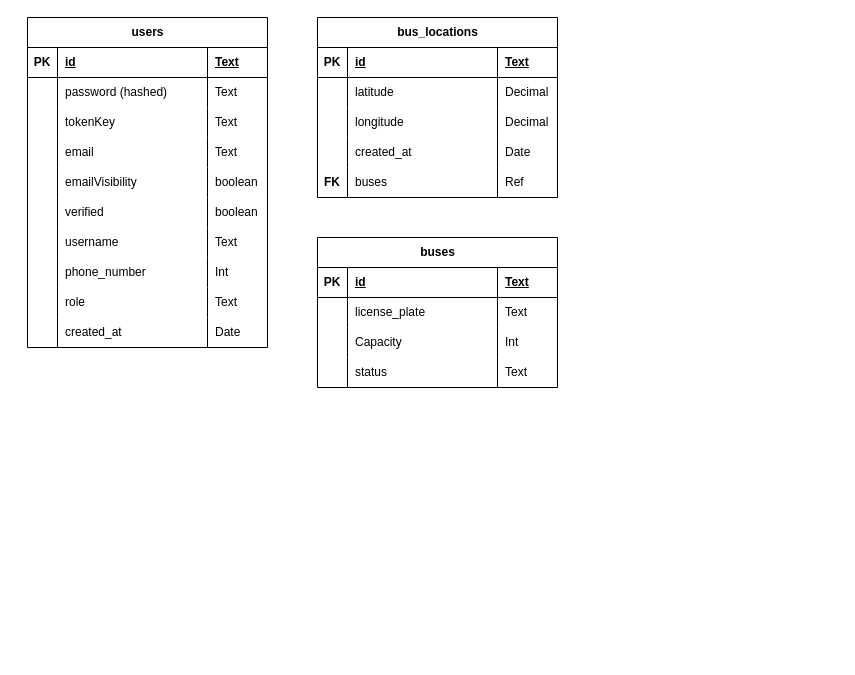
Before: ERD-Bus-System-Improvement.drawio in lukas0173/Draw.io, a draw.io diagram. Source tidied: cells renumbered, new cells numbered last; positions are measured from the earlier drawing's top-left corner, leaving out a move shared by most shapes. Both pictures are drawn from the tidied source at 100%, with x=0, y=0 at pixel (27, 17).
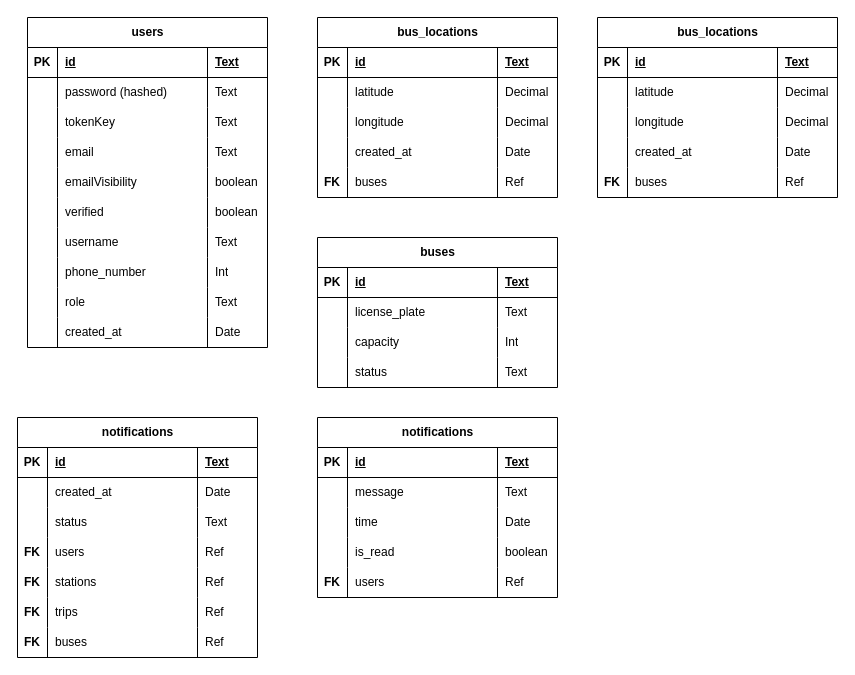
The same page after the edit.

Unchanged cells that the change refers to:
```xml
<mxCell id="73" style="shape=tableRow;horizontal=0;startSize=0;swimlaneHead=0;swimlaneBody=0;fillColor=none;top=0;left=0;right=0;bottom=0;" parent="64" vertex="1">
  <mxGeometry y="90" width="240" height="30" as="geometry" />
</mxCell>
```

What changed in the source:
```diff
@@
-    <mxCell id="75" value="Capacity" style="shape=partialRectangle;fillColor=none;top=0;left=0;bottom=0;right=0;align=left;spacingLeft=6;overflow=hidden;whiteSpace=wrap;html=1;" parent="73" vertex="1">
+    <mxCell id="75" value="capacity" style="shape=partialRectangle;fillColor=none;top=0;left=0;bottom=0;right=0;align=left;spacingLeft=6;overflow=hidden;whiteSpace=wrap;html=1;" parent="73" vertex="1">
       <mxGeometry x="30" width="150" height="30" as="geometry" />
     </mxCell>
@@
+    <mxCell id="81" value="notifications" style="shape=table;startSize=30;childLayout=tableLayout;rowLines=0;fontStyle=1;align=center;html=1;" parent="1" vertex="1">
+      <mxGeometry x="290" y="400" width="240" height="180" as="geometry" />
+    </mxCell>
+    <mxCell id="82" style="shape=tableRow;horizontal=0;startSize=0;swimlaneHead=0;swimlaneBody=0;fillColor=none;top=0;left=0;right=0;bottom=1;" parent="81" vertex="1">
+      <mxGeometry y="30" width="240" height="30" as="geometry" />
+    </mxCell>
+    <mxCell id="83" value="PK" style="shape=partialRectangle;fillColor=none;top=0;left=0;bottom=0;right=0;fontStyle=1;overflow=hidden;whiteSpace=wrap;html=1;" parent="82" vertex="1">
+      <mxGeometry width="30" height="30" as="geometry" />
+    </mxCell>
+    <mxCell id="84" value="id" style="shape=partialRectangle;fillColor=none;top=0;left=0;bottom=0;right=0;align=left;spacingLeft=6;fontStyle=5;overflow=hidden;whiteSpace=wrap;html=1;" parent="82" vertex="1">
+      <mxGeometry x="30" width="150" height="30" as="geometry" />
+    </mxCell>
+    <mxCell id="85" value="Text" style="shape=partialRectangle;fillColor=none;top=0;left=0;bottom=0;right=0;align=left;spacingLeft=6;fontStyle=5;overflow=hidden;whiteSpace=wrap;html=1;" parent="82" vertex="1">
+      <mxGeometry x="180" width="60" height="30" as="geometry" />
+    </mxCell>
+    <mxCell id="86" style="shape=tableRow;horizontal=0;startSize=0;swimlaneHead=0;swimlaneBody=0;fillColor=none;top=0;left=0;right=0;bottom=0;" parent="81" vertex="1">
+      <mxGeometry y="60" width="240" height="30" as="geometry" />
+    </mxCell>
+    <mxCell id="87" style="shape=partialRectangle;fillColor=none;top=0;left=0;bottom=0;right=0;overflow=hidden;whiteSpace=wrap;html=1;" parent="86" vertex="1">
+      <mxGeometry width="30" height="30" as="geometry" />
+    </mxCell>
+    <mxCell id="88" value="message" style="shape=partialRectangle;fillColor=none;top=0;left=0;bottom=0;right=0;align=left;spacingLeft=6;overflow=hidden;whiteSpace=wrap;html=1;" parent="86" vertex="1">
+      <mxGeometry x="30" width="150" height="30" as="geometry" />
+    </mxCell>
+    <mxCell id="89" value="Text" style="shape=partialRectangle;fillColor=none;top=0;left=0;bottom=0;right=0;align=left;spacingLeft=6;overflow=hidden;whiteSpace=wrap;html=1;" parent="86" vertex="1">
+      <mxGeometry x="180" width="60" height="30" as="geometry" />
+    </mxCell>
+    <mxCell id="90" style="shape=tableRow;horizontal=0;startSize=0;swimlaneHead=0;swimlaneBody=0;fillColor=none;top=0;left=0;right=0;bottom=0;" parent="81" vertex="1">
+      <mxGeometry y="90" width="240" height="30" as="geometry" />
+    </mxCell>
+    <mxCell id="91" style="shape=partialRectangle;fillColor=none;top=0;left=0;bottom=0;right=0;overflow=hidden;whiteSpace=wrap;html=1;" parent="90" vertex="1">
+      <mxGeometry width="30" height="30" as="geometry" />
+    </mxCell>
+    <mxCell id="92" value="time" style="shape=partialRectangle;fillColor=none;top=0;left=0;bottom=0;right=0;align=left;spacingLeft=6;overflow=hidden;whiteSpace=wrap;html=1;" parent="90" vertex="1">
+      <mxGeometry x="30" width="150" height="30" as="geometry" />
+    </mxCell>
+    <mxCell id="93" value="Date" style="shape=partialRectangle;fillColor=none;top=0;left=0;bottom=0;right=0;align=left;spacingLeft=6;overflow=hidden;whiteSpace=wrap;html=1;" parent="90" vertex="1">
+      <mxGeometry x="180" width="60" height="30" as="geometry" />
+    </mxCell>
+    <mxCell id="94" style="shape=tableRow;horizontal=0;startSize=0;swimlaneHead=0;swimlaneBody=0;fillColor=none;top=0;left=0;right=0;bottom=0;" parent="81" vertex="1">
+      <mxGeometry y="120" width="240" height="30" as="geometry" />
+    </mxCell>
+    <mxCell id="95" style="shape=partialRectangle;fillColor=none;top=0;left=0;bottom=0;right=0;overflow=hidden;whiteSpace=wrap;html=1;" parent="94" vertex="1">
+      <mxGeometry width="30" height="30" as="geometry" />
+    </mxCell>
+    <mxCell id="96" value="is_read" style="shape=partialRectangle;fillColor=none;top=0;left=0;bottom=0;right=0;align=left;spacingLeft=6;overflow=hidden;whiteSpace=wrap;html=1;" parent="94" vertex="1">
+      <mxGeometry x="30" width="150" height="30" as="geometry" />
+    </mxCell>
+    <mxCell id="97" value="boolean" style="shape=partialRectangle;fillColor=none;top=0;left=0;bottom=0;right=0;align=left;spacingLeft=6;overflow=hidden;whiteSpace=wrap;html=1;" parent="94" vertex="1">
+      <mxGeometry x="180" width="60" height="30" as="geometry" />
+    </mxCell>
+    <mxCell id="98" style="shape=tableRow;horizontal=0;startSize=0;swimlaneHead=0;swimlaneBody=0;fillColor=none;top=0;left=0;right=0;bottom=0;" parent="81" vertex="1">
+      <mxGeometry y="150" width="240" height="30" as="geometry" />
+    </mxCell>
+    <mxCell id="99" value="&lt;b&gt;FK&lt;/b&gt;" style="shape=partialRectangle;fillColor=none;top=0;left=0;bottom=0;right=0;overflow=hidden;whiteSpace=wrap;html=1;" parent="98" vertex="1">
+      <mxGeometry width="30" height="30" as="geometry" />
+    </mxCell>
+    <mxCell id="100" value="users" style="shape=partialRectangle;fillColor=none;top=0;left=0;bottom=0;right=0;align=left;spacingLeft=6;overflow=hidden;whiteSpace=wrap;html=1;" parent="98" vertex="1">
+      <mxGeometry x="30" width="150" height="30" as="geometry" />
+    </mxCell>
+    <mxCell id="101" value="Ref" style="shape=partialRectangle;fillColor=none;top=0;left=0;bottom=0;right=0;align=left;spacingLeft=6;overflow=hidden;whiteSpace=wrap;html=1;" parent="98" vertex="1">
+      <mxGeometry x="180" width="60" height="30" as="geometry" />
+    </mxCell>
+    <mxCell id="102" value="notifications" style="shape=table;startSize=30;childLayout=tableLayout;rowLines=0;fontStyle=1;align=center;html=1;" parent="1" vertex="1">
+      <mxGeometry x="-10" y="400" width="240" height="240" as="geometry" />
+    </mxCell>
+    <mxCell id="103" style="shape=tableRow;horizontal=0;startSize=0;swimlaneHead=0;swimlaneBody=0;fillColor=none;top=0;left=0;right=0;bottom=1;" parent="102" vertex="1">
+      <mxGeometry y="30" width="240" height="30" as="geometry" />
+    </mxCell>
+    <mxCell id="104" value="PK" style="shape=partialRectangle;fillColor=none;top=0;left=0;bottom=0;right=0;fontStyle=1;overflow=hidden;whiteSpace=wrap;html=1;" parent="103" vertex="1">
+      <mxGeometry width="30" height="30" as="geometry" />
+    </mxCell>
+    <mxCell id="105" value="id" style="shape=partialRectangle;fillColor=none;top=0;left=0;bottom=0;right=0;align=left;spacingLeft=6;fontStyle=5;overflow=hidden;whiteSpace=wrap;html=1;" parent="103" vertex="1">
+      <mxGeometry x="30" width="150" height="30" as="geometry" />
+    </mxCell>
+    <mxCell id="106" value="Text" style="shape=partialRectangle;fillColor=none;top=0;left=0;bottom=0;right=0;align=left;spacingLeft=6;fontStyle=5;overflow=hidden;whiteSpace=wrap;html=1;" parent="103" vertex="1">
+      <mxGeometry x="180" width="60" height="30" as="geometry" />
+    </mxCell>
+    <mxCell id="107" style="shape=tableRow;horizontal=0;startSize=0;swimlaneHead=0;swimlaneBody=0;fillColor=none;top=0;left=0;right=0;bottom=0;" parent="102" vertex="1">
+      <mxGeometry y="60" width="240" height="30" as="geometry" />
+    </mxCell>
+    <mxCell id="108" style="shape=partialRectangle;fillColor=none;top=0;left=0;bottom=0;right=0;overflow=hidden;whiteSpace=wrap;html=1;" parent="107" vertex="1">
+      <mxGeometry width="30" height="30" as="geometry" />
+    </mxCell>
+    <mxCell id="109" value="created_at" style="shape=partialRectangle;fillColor=none;top=0;left=0;bottom=0;right=0;align=left;spacingLeft=6;overflow=hidden;whiteSpace=wrap;html=1;" parent="107" vertex="1">
+      <mxGeometry x="30" width="150" height="30" as="geometry" />
+    </mxCell>
+    <mxCell id="110" value="Date" style="shape=partialRectangle;fillColor=none;top=0;left=0;bottom=0;right=0;align=left;spacingLeft=6;overflow=hidden;whiteSpace=wrap;html=1;" parent="107" vertex="1">
+      <mxGeometry x="180" width="60" height="30" as="geometry" />
+    </mxCell>
+    <mxCell id="111" style="shape=tableRow;horizontal=0;startSize=0;swimlaneHead=0;swimlaneBody=0;fillColor=none;top=0;left=0;right=0;bottom=0;" parent="102" vertex="1">
+      <mxGeometry y="90" width="240" height="30" as="geometry" />
+    </mxCell>
+    <mxCell id="112" style="shape=partialRectangle;fillColor=none;top=0;left=0;bottom=0;right=0;overflow=hidden;whiteSpace=wrap;html=1;" parent="111" vertex="1">
+      <mxGeometry width="30" height="30" as="geometry" />
+    </mxCell>
+    <mxCell id="113" value="status" style="shape=partialRectangle;fillColor=none;top=0;left=0;bottom=0;right=0;align=left;spacingLeft=6;overflow=hidden;whiteSpace=wrap;html=1;" parent="111" vertex="1">
+      <mxGeometry x="30" width="150" height="30" as="geometry" />
+    </mxCell>
+    <mxCell id="114" value="Text" style="shape=partialRectangle;fillColor=none;top=0;left=0;bottom=0;right=0;align=left;spacingLeft=6;overflow=hidden;whiteSpace=wrap;html=1;" parent="111" vertex="1">
+      <mxGeometry x="180" width="60" height="30" as="geometry" />
+    </mxCell>
+    <mxCell id="115" style="shape=tableRow;horizontal=0;startSize=0;swimlaneHead=0;swimlaneBody=0;fillColor=none;top=0;left=0;right=0;bottom=0;" parent="102" vertex="1">
+      <mxGeometry y="120" width="240" height="30" as="geometry" />
+    </mxCell>
+    <mxCell id="116" value="&lt;b&gt;FK&lt;/b&gt;" style="shape=partialRectangle;fillColor=none;top=0;left=0;bottom=0;right=0;overflow=hidden;whiteSpace=wrap;html=1;" parent="115" vertex="1">
+      <mxGeometry width="30" height="30" as="geometry" />
+    </mxCell>
+    <mxCell id="117" value="users" style="shape=partialRectangle;fillColor=none;top=0;left=0;bottom=0;right=0;align=left;spacingLeft=6;overflow=hidden;whiteSpace=wrap;html=1;" parent="115" vertex="1">
+      <mxGeometry x="30" width="150" height="30" as="geometry" />
+    </mxCell>
+    <mxCell id="118" value="Ref" style="shape=partialRectangle;fillColor=none;top=0;left=0;bottom=0;right=0;align=left;spacingLeft=6;overflow=hidden;whiteSpace=wrap;html=1;" parent="115" vertex="1">
+      <mxGeometry x="180" width="60" height="30" as="geometry" />
+    </mxCell>
+    <mxCell id="119" style="shape=tableRow;horizontal=0;startSize=0;swimlaneHead=0;swimlaneBody=0;fillColor=none;top=0;left=0;right=0;bottom=0;" parent="102" vertex="1">
+      <mxGeometry y="150" width="240" height="30" as="geometry" />
+    </mxCell>
+    <mxCell id="120" value="&lt;b&gt;FK&lt;/b&gt;" style="shape=partialRectangle;fillColor=none;top=0;left=0;bottom=0;right=0;overflow=hidden;whiteSpace=wrap;html=1;" parent="119" vertex="1">
+      <mxGeometry width="30" height="30" as="geometry" />
+    </mxCell>
+    <mxCell id="121" value="stations" style="shape=partialRectangle;fillColor=none;top=0;left=0;bottom=0;right=0;align=left;spacingLeft=6;overflow=hidden;whiteSpace=wrap;html=1;" parent="119" vertex="1">
+      <mxGeometry x="30" width="150" height="30" as="geometry" />
+    </mxCell>
+    <mxCell id="122" value="Ref" style="shape=partialRectangle;fillColor=none;top=0;left=0;bottom=0;right=0;align=left;spacingLeft=6;overflow=hidden;whiteSpace=wrap;html=1;" parent="119" vertex="1">
+      <mxGeometry x="180" width="60" height="30" as="geometry" />
+    </mxCell>
+    <mxCell id="123" style="shape=tableRow;horizontal=0;startSize=0;swimlaneHead=0;swimlaneBody=0;fillColor=none;top=0;left=0;right=0;bottom=0;" parent="102" vertex="1">
+      <mxGeometry y="180" width="240" height="30" as="geometry" />
+    </mxCell>
+    <mxCell id="124" value="&lt;b&gt;FK&lt;/b&gt;" style="shape=partialRectangle;fillColor=none;top=0;left=0;bottom=0;right=0;overflow=hidden;whiteSpace=wrap;html=1;" parent="123" vertex="1">
+      <mxGeometry width="30" height="30" as="geometry" />
+    </mxCell>
+    <mxCell id="125" value="trips" style="shape=partialRectangle;fillColor=none;top=0;left=0;bottom=0;right=0;align=left;spacingLeft=6;overflow=hidden;whiteSpace=wrap;html=1;" parent="123" vertex="1">
+      <mxGeometry x="30" width="150" height="30" as="geometry" />
+    </mxCell>
+    <mxCell id="126" value="Ref" style="shape=partialRectangle;fillColor=none;top=0;left=0;bottom=0;right=0;align=left;spacingLeft=6;overflow=hidden;whiteSpace=wrap;html=1;" parent="123" vertex="1">
+      <mxGeometry x="180" width="60" height="30" as="geometry" />
+    </mxCell>
+    <mxCell id="127" style="shape=tableRow;horizontal=0;startSize=0;swimlaneHead=0;swimlaneBody=0;fillColor=none;top=0;left=0;right=0;bottom=0;" parent="102" vertex="1">
+      <mxGeometry y="210" width="240" height="30" as="geometry" />
+    </mxCell>
+    <mxCell id="128" value="&lt;b&gt;FK&lt;/b&gt;" style="shape=partialRectangle;fillColor=none;top=0;left=0;bottom=0;right=0;overflow=hidden;whiteSpace=wrap;html=1;" parent="127" vertex="1">
+      <mxGeometry width="30" height="30" as="geometry" />
+    </mxCell>
+    <mxCell id="129" value="buses" style="shape=partialRectangle;fillColor=none;top=0;left=0;bottom=0;right=0;align=left;spacingLeft=6;overflow=hidden;whiteSpace=wrap;html=1;" parent="127" vertex="1">
+      <mxGeometry x="30" width="150" height="30" as="geometry" />
+    </mxCell>
+    <mxCell id="130" value="Ref" style="shape=partialRectangle;fillColor=none;top=0;left=0;bottom=0;right=0;align=left;spacingLeft=6;overflow=hidden;whiteSpace=wrap;html=1;" parent="127" vertex="1">
+      <mxGeometry x="180" width="60" height="30" as="geometry" />
+    </mxCell>
+    <mxCell id="131" value="bus_locations" style="shape=table;startSize=30;childLayout=tableLayout;rowLines=0;fontStyle=1;align=center;html=1;" parent="1" vertex="1">
+      <mxGeometry x="570" width="240" height="180" as="geometry" />
+    </mxCell>
+    <mxCell id="132" style="shape=tableRow;horizontal=0;startSize=0;swimlaneHead=0;swimlaneBody=0;fillColor=none;top=0;left=0;right=0;bottom=1;" parent="131" vertex="1">
+      <mxGeometry y="30" width="240" height="30" as="geometry" />
+    </mxCell>
+    <mxCell id="133" value="PK" style="shape=partialRectangle;fillColor=none;top=0;left=0;bottom=0;right=0;fontStyle=1;overflow=hidden;whiteSpace=wrap;html=1;" parent="132" vertex="1">
+      <mxGeometry width="30" height="30" as="geometry" />
+    </mxCell>
+    <mxCell id="134" value="id" style="shape=partialRectangle;fillColor=none;top=0;left=0;bottom=0;right=0;align=left;spacingLeft=6;fontStyle=5;overflow=hidden;whiteSpace=wrap;html=1;" parent="132" vertex="1">
+      <mxGeometry x="30" width="150" height="30" as="geometry" />
+    </mxCell>
+    <mxCell id="135" value="Text" style="shape=partialRectangle;fillColor=none;top=0;left=0;bottom=0;right=0;align=left;spacingLeft=6;fontStyle=5;overflow=hidden;whiteSpace=wrap;html=1;" parent="132" vertex="1">
+      <mxGeometry x="180" width="60" height="30" as="geometry" />
+    </mxCell>
+    <mxCell id="136" style="shape=tableRow;horizontal=0;startSize=0;swimlaneHead=0;swimlaneBody=0;fillColor=none;top=0;left=0;right=0;bottom=0;" parent="131" vertex="1">
+      <mxGeometry y="60" width="240" height="30" as="geometry" />
+    </mxCell>
+    <mxCell id="137" style="shape=partialRectangle;fillColor=none;top=0;left=0;bottom=0;right=0;overflow=hidden;whiteSpace=wrap;html=1;" parent="136" vertex="1">
+      <mxGeometry width="30" height="30" as="geometry" />
+    </mxCell>
+    <mxCell id="138" value="latitude" style="shape=partialRectangle;fillColor=none;top=0;left=0;bottom=0;right=0;align=left;spacingLeft=6;overflow=hidden;whiteSpace=wrap;html=1;" parent="136" vertex="1">
+      <mxGeometry x="30" width="150" height="30" as="geometry" />
+    </mxCell>
+    <mxCell id="139" value="Decimal" style="shape=partialRectangle;fillColor=none;top=0;left=0;bottom=0;right=0;align=left;spacingLeft=6;overflow=hidden;whiteSpace=wrap;html=1;" parent="136" vertex="1">
+      <mxGeometry x="180" width="60" height="30" as="geometry" />
+    </mxCell>
+    <mxCell id="140" style="shape=tableRow;horizontal=0;startSize=0;swimlaneHead=0;swimlaneBody=0;fillColor=none;top=0;left=0;right=0;bottom=0;" parent="131" vertex="1">
+      <mxGeometry y="90" width="240" height="30" as="geometry" />
+    </mxCell>
+    <mxCell id="141" style="shape=partialRectangle;fillColor=none;top=0;left=0;bottom=0;right=0;overflow=hidden;whiteSpace=wrap;html=1;" parent="140" vertex="1">
+      <mxGeometry width="30" height="30" as="geometry" />
+    </mxCell>
+    <mxCell id="142" value="longitude" style="shape=partialRectangle;fillColor=none;top=0;left=0;bottom=0;right=0;align=left;spacingLeft=6;overflow=hidden;whiteSpace=wrap;html=1;" parent="140" vertex="1">
+      <mxGeometry x="30" width="150" height="30" as="geometry" />
+    </mxCell>
+    <mxCell id="143" value="Decimal" style="shape=partialRectangle;fillColor=none;top=0;left=0;bottom=0;right=0;align=left;spacingLeft=6;overflow=hidden;whiteSpace=wrap;html=1;" parent="140" vertex="1">
+      <mxGeometry x="180" width="60" height="30" as="geometry" />
+    </mxCell>
+    <mxCell id="144" style="shape=tableRow;horizontal=0;startSize=0;swimlaneHead=0;swimlaneBody=0;fillColor=none;top=0;left=0;right=0;bottom=0;" parent="131" vertex="1">
+      <mxGeometry y="120" width="240" height="30" as="geometry" />
+    </mxCell>
+    <mxCell id="145" style="shape=partialRectangle;fillColor=none;top=0;left=0;bottom=0;right=0;overflow=hidden;whiteSpace=wrap;html=1;" parent="144" vertex="1">
+      <mxGeometry width="30" height="30" as="geometry" />
+    </mxCell>
+    <mxCell id="146" value="created_at" style="shape=partialRectangle;fillColor=none;top=0;left=0;bottom=0;right=0;align=left;spacingLeft=6;overflow=hidden;whiteSpace=wrap;html=1;" parent="144" vertex="1">
+      <mxGeometry x="30" width="150" height="30" as="geometry" />
+    </mxCell>
+    <mxCell id="147" value="Date" style="shape=partialRectangle;fillColor=none;top=0;left=0;bottom=0;right=0;align=left;spacingLeft=6;overflow=hidden;whiteSpace=wrap;html=1;" parent="144" vertex="1">
+      <mxGeometry x="180" width="60" height="30" as="geometry" />
+    </mxCell>
+    <mxCell id="148" style="shape=tableRow;horizontal=0;startSize=0;swimlaneHead=0;swimlaneBody=0;fillColor=none;top=0;left=0;right=0;bottom=0;" parent="131" vertex="1">
+      <mxGeometry y="150" width="240" height="30" as="geometry" />
+    </mxCell>
+    <mxCell id="149" value="&lt;b&gt;FK&lt;/b&gt;" style="shape=partialRectangle;fillColor=none;top=0;left=0;bottom=0;right=0;overflow=hidden;whiteSpace=wrap;html=1;" parent="148" vertex="1">
+      <mxGeometry width="30" height="30" as="geometry" />
+    </mxCell>
+    <mxCell id="150" value="buses" style="shape=partialRectangle;fillColor=none;top=0;left=0;bottom=0;right=0;align=left;spacingLeft=6;overflow=hidden;whiteSpace=wrap;html=1;" parent="148" vertex="1">
+      <mxGeometry x="30" width="150" height="30" as="geometry" />
+    </mxCell>
+    <mxCell id="151" value="Ref" style="shape=partialRectangle;fillColor=none;top=0;left=0;bottom=0;right=0;align=left;spacingLeft=6;overflow=hidden;whiteSpace=wrap;html=1;" parent="148" vertex="1">
+      <mxGeometry x="180" width="60" height="30" as="geometry" />
+    </mxCell>
```
